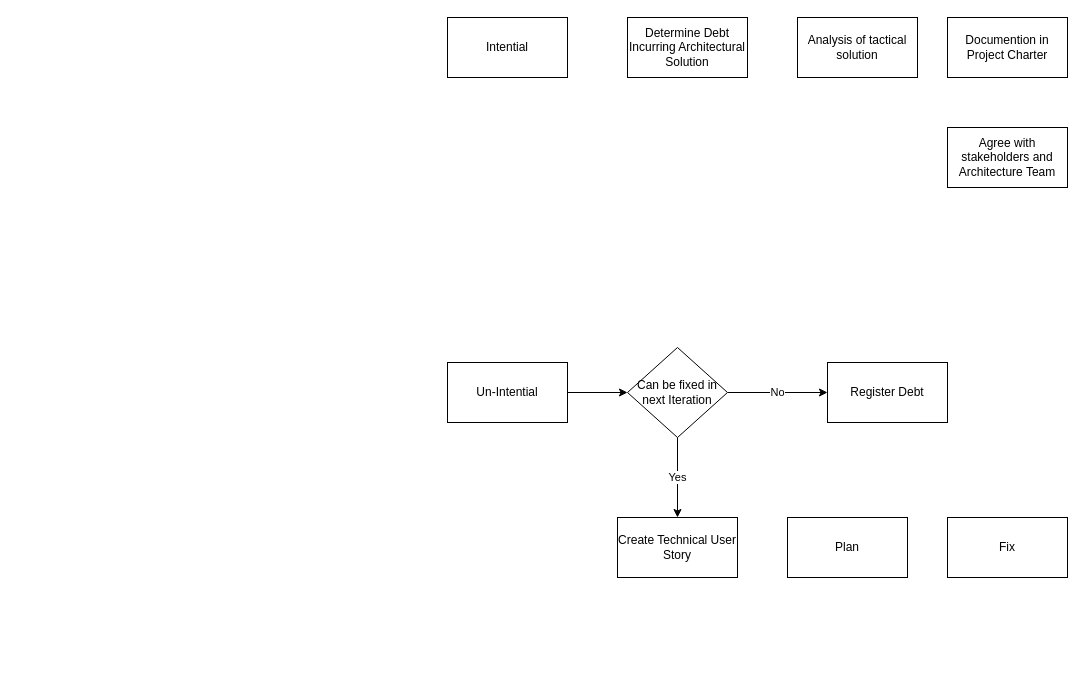
Before: ArchitectureDebtProcess.drawio in saileshsharma/saileshsharma, a draw.io diagram. Source tidied: cells renumbered, new cells numbered last; positions are measured from the earlier drawing's top-left corner, leaving out a move shared by most shapes. Both pictures are drawn from the tidied source at 100%, with x=0, y=0 at pixel (447, 17).
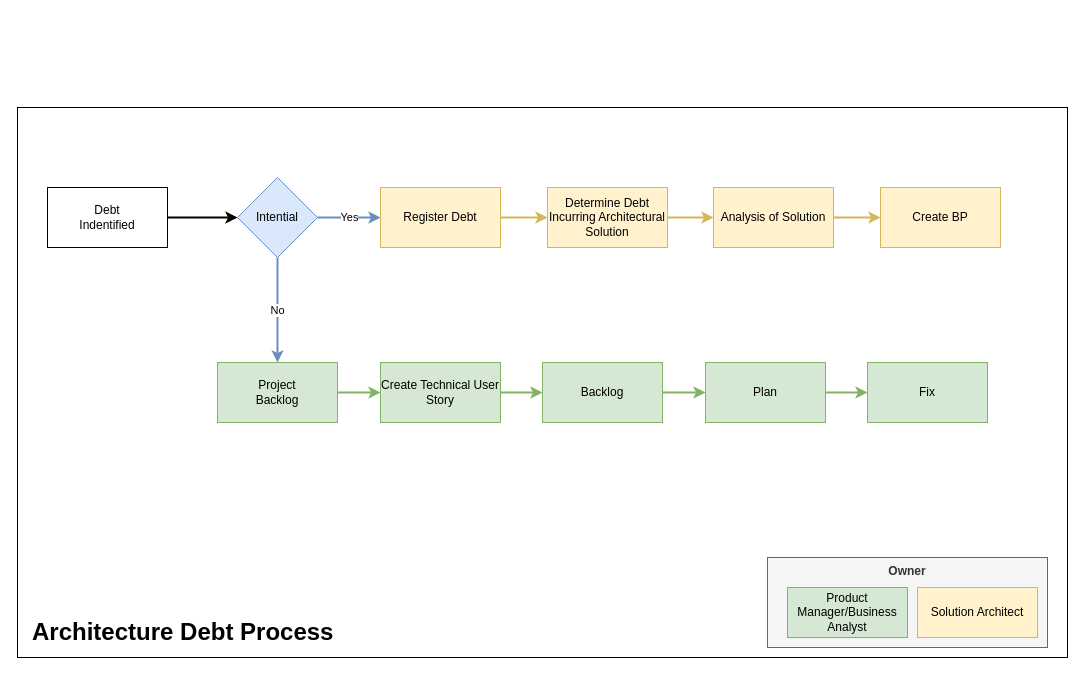
The same page after the edit.

The edit, as a diff of the source:
```diff
@@
+    <mxCell id="16" style="rounded=0;whiteSpace=wrap;html=1;" parent="1" vertex="1">
+      <mxGeometry x="-430" y="90" width="1050" height="550" as="geometry" />
+    </mxCell>
+    <mxCell id="17" style="edgeStyle=orthogonalEdgeStyle;rounded=0;jettySize=auto;html=1;entryX=0;entryY=0.5;entryDx=0;entryDy=0;fillColor=#fff2cc;strokeColor=#d6b656;strokeWidth=2;" parent="1" edge="1" source="2" target="10">
+      <mxGeometry relative="1" as="geometry" />
+    </mxCell>
-    <mxCell id="2" value="Intential" style="rounded=0;whiteSpace=wrap;html=1;" parent="1" vertex="1">
-      <mxGeometry width="120" height="60" as="geometry" />
+    <mxCell id="2" value="Register Debt" style="rounded=0;whiteSpace=wrap;html=1;fillColor=#fff2cc;strokeColor=#d6b656;" parent="1" vertex="1">
+      <mxGeometry x="-67" y="170" width="120" height="60" as="geometry" />
     </mxCell>
-    <mxCell id="3" style="edgeStyle=orthogonalEdgeStyle;rounded=0;jettySize=auto;html=1;" parent="1" edge="1" source="4" target="7">
-      <mxGeometry relative="1" as="geometry" />
-    </mxCell>
+    <mxCell id="18" style="edgeStyle=orthogonalEdgeStyle;rounded=0;jettySize=auto;html=1;entryX=0;entryY=0.5;entryDx=0;entryDy=0;fillColor=#d5e8d4;strokeColor=#82b366;strokeWidth=2;" parent="1" edge="1" source="4" target="9">
+      <mxGeometry relative="1" as="geometry" />
+    </mxCell>
-    <mxCell id="4" value="Un-Intential" style="rounded=0;whiteSpace=wrap;html=1;" parent="1" vertex="1">
-      <mxGeometry y="345" width="120" height="60" as="geometry" />
+    <mxCell id="4" value="Project &lt;br&gt;Backlog" style="rounded=0;whiteSpace=wrap;html=1;fillColor=#d5e8d4;strokeColor=#82b366;" parent="1" vertex="1">
+      <mxGeometry x="-230" y="345" width="120" height="60" as="geometry" />
     </mxCell>
-    <mxCell id="5" value="Yes" style="edgeStyle=orthogonalEdgeStyle;rounded=0;jettySize=auto;html=1;" parent="1" edge="1" source="7" target="9">
-      <mxGeometry relative="1" as="geometry" />
-    </mxCell>
-    <mxCell id="6" value="No" style="edgeStyle=orthogonalEdgeStyle;rounded=0;jettySize=auto;html=1;" parent="1" edge="1" source="7" target="8">
-      <mxGeometry relative="1" as="geometry" />
-    </mxCell>
-    <mxCell id="7" value="Can be fixed in next Iteration" style="rhombus;whiteSpace=wrap;html=1;" parent="1" vertex="1">
-      <mxGeometry x="180" y="330" width="100" height="90" as="geometry" />
-    </mxCell>
-    <mxCell id="8" value="Register Debt" style="rounded=0;whiteSpace=wrap;html=1;" parent="1" vertex="1">
-      <mxGeometry x="380" y="345" width="120" height="60" as="geometry" />
-    </mxCell>
+    <mxCell id="19" style="edgeStyle=orthogonalEdgeStyle;rounded=0;jettySize=auto;html=1;fillColor=#d5e8d4;strokeColor=#82b366;strokeWidth=2;" parent="1" edge="1" source="9" target="14">
+      <mxGeometry relative="1" as="geometry" />
+    </mxCell>
-    <mxCell id="9" value="Create Technical User Story" style="rounded=0;whiteSpace=wrap;html=1;" parent="1" vertex="1">
-      <mxGeometry x="170" y="500" width="120" height="60" as="geometry" />
+    <mxCell id="9" value="Create Technical User Story" style="rounded=0;whiteSpace=wrap;html=1;fillColor=#d5e8d4;strokeColor=#82b366;" parent="1" vertex="1">
+      <mxGeometry x="-67" y="345" width="120" height="60" as="geometry" />
     </mxCell>
+    <mxCell id="20" style="edgeStyle=orthogonalEdgeStyle;rounded=0;jettySize=auto;html=1;entryX=0;entryY=0.5;entryDx=0;entryDy=0;fillColor=#fff2cc;strokeColor=#d6b656;strokeWidth=2;" parent="1" edge="1" source="10" target="11">
+      <mxGeometry relative="1" as="geometry" />
+    </mxCell>
-    <mxCell id="10" value="Determine Debt Incurring Architectural Solution" style="rounded=0;whiteSpace=wrap;html=1;" parent="1" vertex="1">
-      <mxGeometry x="180" width="120" height="60" as="geometry" />
+    <mxCell id="10" value="Determine Debt Incurring Architectural Solution" style="rounded=0;whiteSpace=wrap;html=1;fillColor=#fff2cc;strokeColor=#d6b656;" parent="1" vertex="1">
+      <mxGeometry x="100" y="170" width="120" height="60" as="geometry" />
     </mxCell>
+    <mxCell id="21" style="edgeStyle=orthogonalEdgeStyle;rounded=0;jettySize=auto;html=1;entryX=0;entryY=0.5;entryDx=0;entryDy=0;fillColor=#fff2cc;strokeColor=#d6b656;strokeWidth=2;" parent="1" edge="1" source="11" target="12">
+      <mxGeometry relative="1" as="geometry" />
+    </mxCell>
-    <mxCell id="11" value="Analysis of tactical solution" style="rounded=0;whiteSpace=wrap;html=1;" parent="1" vertex="1">
-      <mxGeometry x="350" width="120" height="60" as="geometry" />
+    <mxCell id="11" value="Analysis of Solution" style="rounded=0;whiteSpace=wrap;html=1;fillColor=#fff2cc;strokeColor=#d6b656;" parent="1" vertex="1">
+      <mxGeometry x="266" y="170" width="120" height="60" as="geometry" />
     </mxCell>
-    <mxCell id="12" value="Documention in Project Charter" style="rounded=0;whiteSpace=wrap;html=1;" parent="1" vertex="1">
-      <mxGeometry x="500" width="120" height="60" as="geometry" />
+    <mxCell id="12" value="Create BP" style="rounded=0;whiteSpace=wrap;html=1;fillColor=#fff2cc;strokeColor=#d6b656;" parent="1" vertex="1">
+      <mxGeometry x="433" y="170" width="120" height="60" as="geometry" />
     </mxCell>
-    <mxCell id="13" value="Agree with stakeholders and Architecture Team" style="rounded=0;whiteSpace=wrap;html=1;" parent="1" vertex="1">
-      <mxGeometry x="500" y="110" width="120" height="60" as="geometry" />
-    </mxCell>
+    <mxCell id="22" style="edgeStyle=orthogonalEdgeStyle;rounded=0;jettySize=auto;html=1;entryX=0;entryY=0.5;entryDx=0;entryDy=0;fillColor=#d5e8d4;strokeColor=#82b366;strokeWidth=2;" parent="1" edge="1" source="14" target="15">
+      <mxGeometry relative="1" as="geometry" />
+    </mxCell>
-    <mxCell id="14" value="Plan" style="rounded=0;whiteSpace=wrap;html=1;" parent="1" vertex="1">
-      <mxGeometry x="340" y="500" width="120" height="60" as="geometry" />
+    <mxCell id="14" value="Backlog" style="rounded=0;whiteSpace=wrap;html=1;fillColor=#d5e8d4;strokeColor=#82b366;" parent="1" vertex="1">
+      <mxGeometry x="95" y="345" width="120" height="60" as="geometry" />
     </mxCell>
+    <mxCell id="23" style="edgeStyle=orthogonalEdgeStyle;rounded=0;jettySize=auto;html=1;fillColor=#d5e8d4;strokeColor=#82b366;strokeWidth=2;" parent="1" edge="1" source="15" target="24">
+      <mxGeometry relative="1" as="geometry" />
+    </mxCell>
-    <mxCell id="15" value="Fix" style="rounded=0;whiteSpace=wrap;html=1;" parent="1" vertex="1">
-      <mxGeometry x="500" y="500" width="120" height="60" as="geometry" />
+    <mxCell id="15" value="Plan" style="rounded=0;whiteSpace=wrap;html=1;fillColor=#d5e8d4;strokeColor=#82b366;" parent="1" vertex="1">
+      <mxGeometry x="258" y="345" width="120" height="60" as="geometry" />
     </mxCell>
+    <mxCell id="24" value="Fix" style="rounded=0;whiteSpace=wrap;html=1;fillColor=#d5e8d4;strokeColor=#82b366;" parent="1" vertex="1">
+      <mxGeometry x="420" y="345" width="120" height="60" as="geometry" />
+    </mxCell>
+    <mxCell id="25" style="edgeStyle=orthogonalEdgeStyle;rounded=0;jettySize=auto;html=1;strokeWidth=2;" parent="1" edge="1" source="26" target="27">
+      <mxGeometry relative="1" as="geometry" />
+    </mxCell>
+    <mxCell id="26" value="Debt&lt;br&gt;Indentified" style="rounded=0;whiteSpace=wrap;html=1;" parent="1" vertex="1">
+      <mxGeometry x="-400" y="170" width="120" height="60" as="geometry" />
+    </mxCell>
+    <mxCell id="6" value="No" style="edgeStyle=orthogonalEdgeStyle;rounded=0;jettySize=auto;html=1;entryX=0.5;entryY=0;entryDx=0;entryDy=0;fillColor=#dae8fc;strokeColor=#6c8ebf;strokeWidth=2;" parent="1" edge="1" source="27" target="4">
+      <mxGeometry relative="1" as="geometry" />
+    </mxCell>
+    <mxCell id="5" value="Yes" style="edgeStyle=orthogonalEdgeStyle;rounded=0;jettySize=auto;html=1;entryX=0;entryY=0.5;entryDx=0;entryDy=0;strokeWidth=2;fillColor=#dae8fc;strokeColor=#6c8ebf;" parent="1" edge="1" source="27" target="2">
+      <mxGeometry relative="1" as="geometry" />
+    </mxCell>
+    <mxCell id="27" value="Intential" style="rhombus;whiteSpace=wrap;html=1;fillColor=#dae8fc;strokeColor=#6c8ebf;" parent="1" vertex="1">
+      <mxGeometry x="-210" y="160" width="80" height="80" as="geometry" />
+    </mxCell>
+    <mxCell id="28" value="Owner" style="rounded=0;whiteSpace=wrap;html=1;verticalAlign=top;fontStyle=1;fillColor=#f5f5f5;fontColor=#333333;strokeColor=#666666;" parent="1" vertex="1">
+      <mxGeometry x="320" y="540" width="280" height="90" as="geometry" />
+    </mxCell>
+    <mxCell id="29" style="group;" parent="1" vertex="1">
+      <mxGeometry x="340" y="570" width="250" height="50" as="geometry" />
+    </mxCell>
+    <mxCell id="30" value="Product Manager/Business Analyst" style="rounded=0;whiteSpace=wrap;html=1;fillColor=#d5e8d4;strokeColor=#82b366;" parent="29" vertex="1">
+      <mxGeometry width="120" height="50" as="geometry" />
+    </mxCell>
+    <mxCell id="31" value="Solution Architect" style="rounded=0;whiteSpace=wrap;html=1;fillColor=#fff2cc;strokeColor=#d6b656;" parent="29" vertex="1">
+      <mxGeometry x="130" width="120" height="50" as="geometry" />
+    </mxCell>
+    <mxCell id="32" value="&lt;h1&gt;Architecture Debt Process&lt;/h1&gt;" style="text;html=1;strokeColor=none;fillColor=none;spacing=5;spacingTop=-20;whiteSpace=wrap;overflow=hidden;rounded=0;" parent="1" vertex="1">
+      <mxGeometry x="-420" y="595" width="360" height="35" as="geometry" />
+    </mxCell>
```
